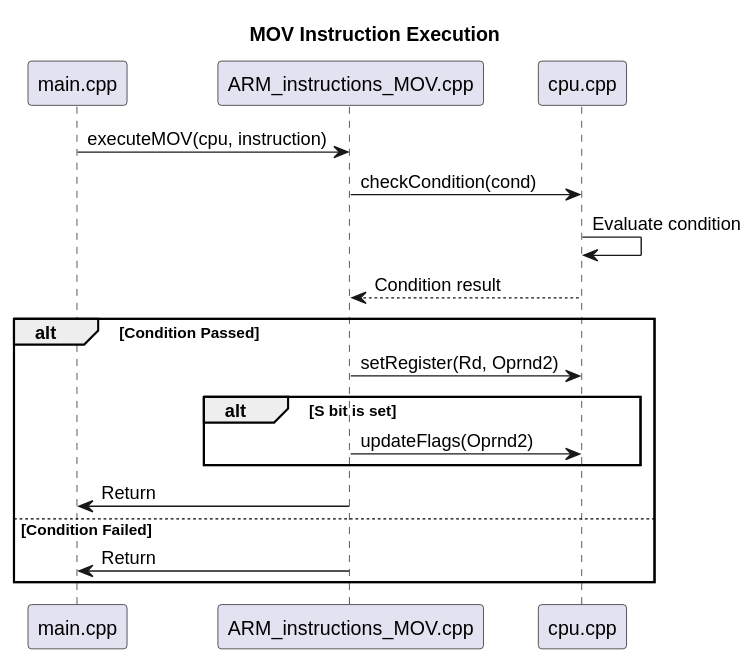
Earlier version of the PlantUML export docs/diagrams/MOV/result/MOV.svg (tylermaginnis/ARM7DTMIEMULATOR). The source it was exported from:
```plantuml
@startuml
title MOV Instruction Execution

participant "main.cpp" as Main
participant "ARM_instructions_MOV.cpp" as MOV
participant "cpu.cpp" as CPU

Main -> MOV: executeMOV(cpu, instruction)
MOV -> CPU: checkCondition(cond)
CPU -> CPU: Evaluate condition
CPU --> MOV: Condition result
alt Condition Passed
    MOV -> CPU: setRegister(Rd, Oprnd2)
    alt S bit is set
        MOV -> CPU: updateFlags(Oprnd2)
    end
    MOV -> Main: Return
else Condition Failed
    MOV -> Main: Return
end
@enduml
```
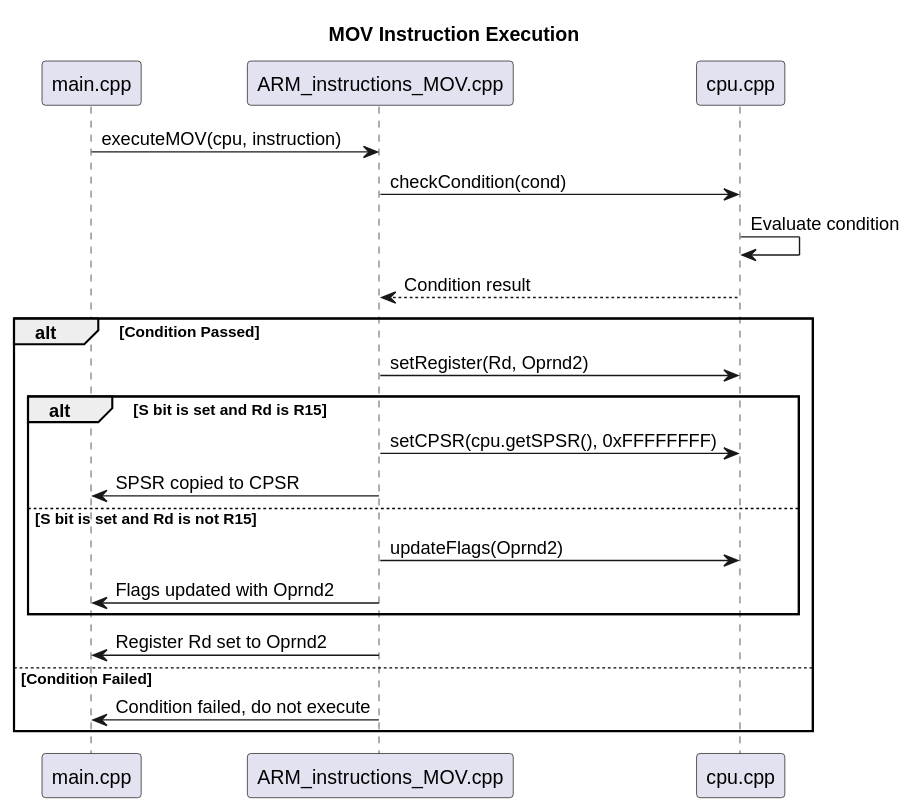
The same file after the commit.

Commit message:
Update MOV diagram

What changed in the source:
```diff
@@ -11,11 +11,15 @@
 CPU --> MOV: Condition result
 alt Condition Passed
     MOV -> CPU: setRegister(Rd, Oprnd2)
-    alt S bit is set
+    alt S bit is set and Rd is R15
+        MOV -> CPU: setCPSR(cpu.getSPSR(), 0xFFFFFFFF)
+        MOV -> Main: SPSR copied to CPSR
+    else S bit is set and Rd is not R15
         MOV -> CPU: updateFlags(Oprnd2)
+        MOV -> Main: Flags updated with Oprnd2
     end
-    MOV -> Main: Return
+    MOV -> Main: Register Rd set to Oprnd2
 else Condition Failed
-    MOV -> Main: Return
+    MOV -> Main: Condition failed, do not execute
 end
 @enduml
```
